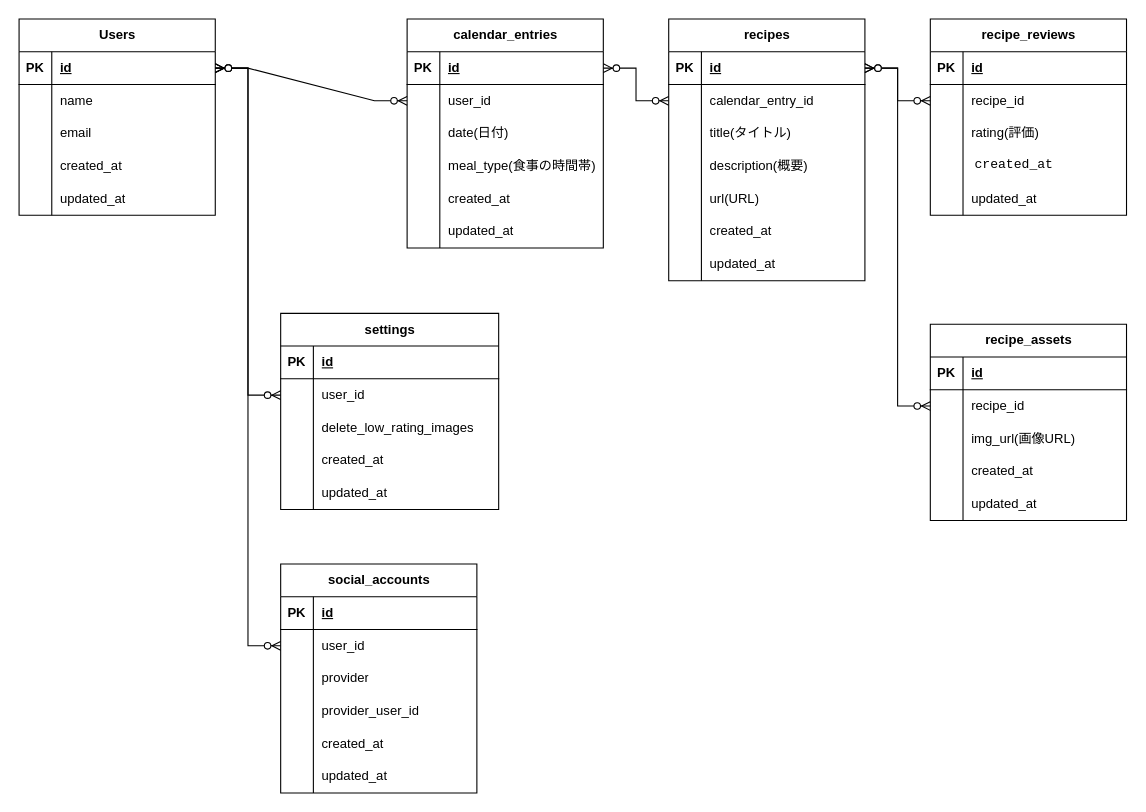
Before: docs/er-diagrams/レシピレビューアプリ_ER図.drawio in tomomaru034/recipe_review_app, a draw.io diagram. Source tidied: cells renumbered, new cells numbered last; positions are measured from the earlier drawing's top-left corner, leaving out a move shared by most shapes. Both pictures are drawn from the tidied source at 109%, with x=0, y=0 at pixel (19, 19).
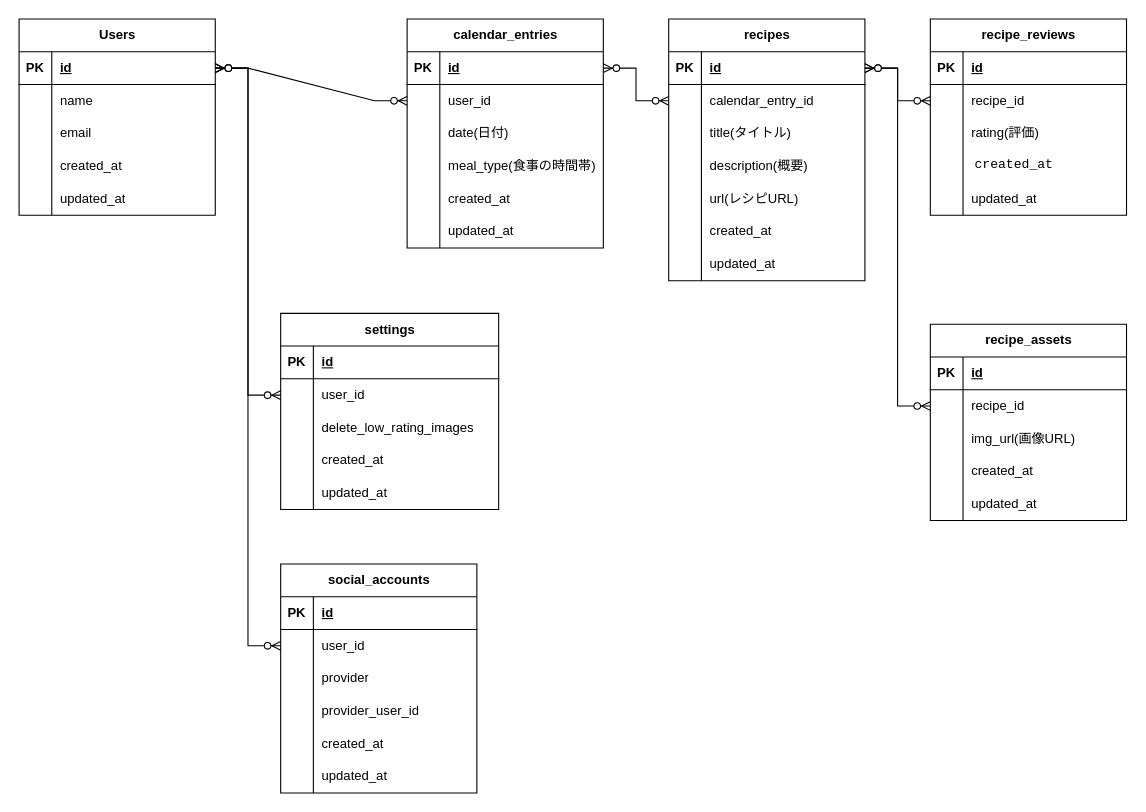
Above is the later version.

Commit message:
レシピレビューアプリ_ER図.drawio を更新します

The change refers to these unchanged cells:
```xml
<mxCell id="69" style="shape=tableRow;horizontal=0;startSize=0;swimlaneHead=0;swimlaneBody=0;fillColor=none;top=0;left=0;right=0;bottom=0;" parent="56" vertex="1">
  <mxGeometry y="150" width="180" height="30" as="geometry" />
</mxCell>
```

Diff of the diagram source:
```diff
@@
-    <mxCell id="71" value="url(URL)" style="shape=partialRectangle;fillColor=none;top=0;left=0;bottom=0;right=0;align=left;spacingLeft=6;overflow=hidden;whiteSpace=wrap;html=1;" parent="69" vertex="1">
+    <mxCell id="71" value="url(レシピURL)" style="shape=partialRectangle;fillColor=none;top=0;left=0;bottom=0;right=0;align=left;spacingLeft=6;overflow=hidden;whiteSpace=wrap;html=1;" parent="69" vertex="1">
       <mxGeometry x="30" width="150" height="30" as="geometry" />
     </mxCell>
```
